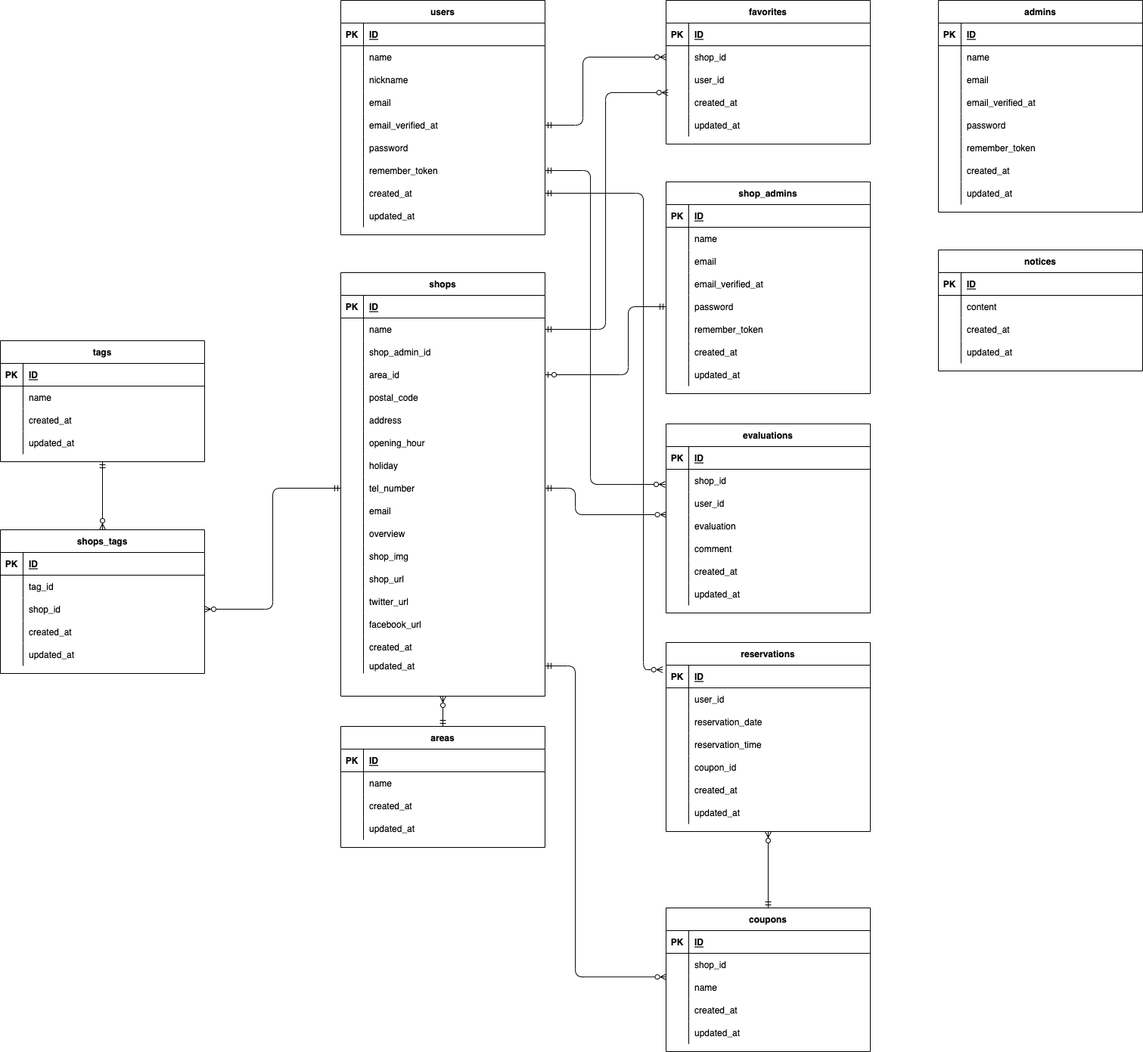
The draw.io diagram kitachoku.drawio.png in jing-bay/kitachoku2, before a commit. Source tidied: cells renumbered, new cells last; positions are measured from the earlier drawing's top-left corner, leaving out a move shared by most shapes.
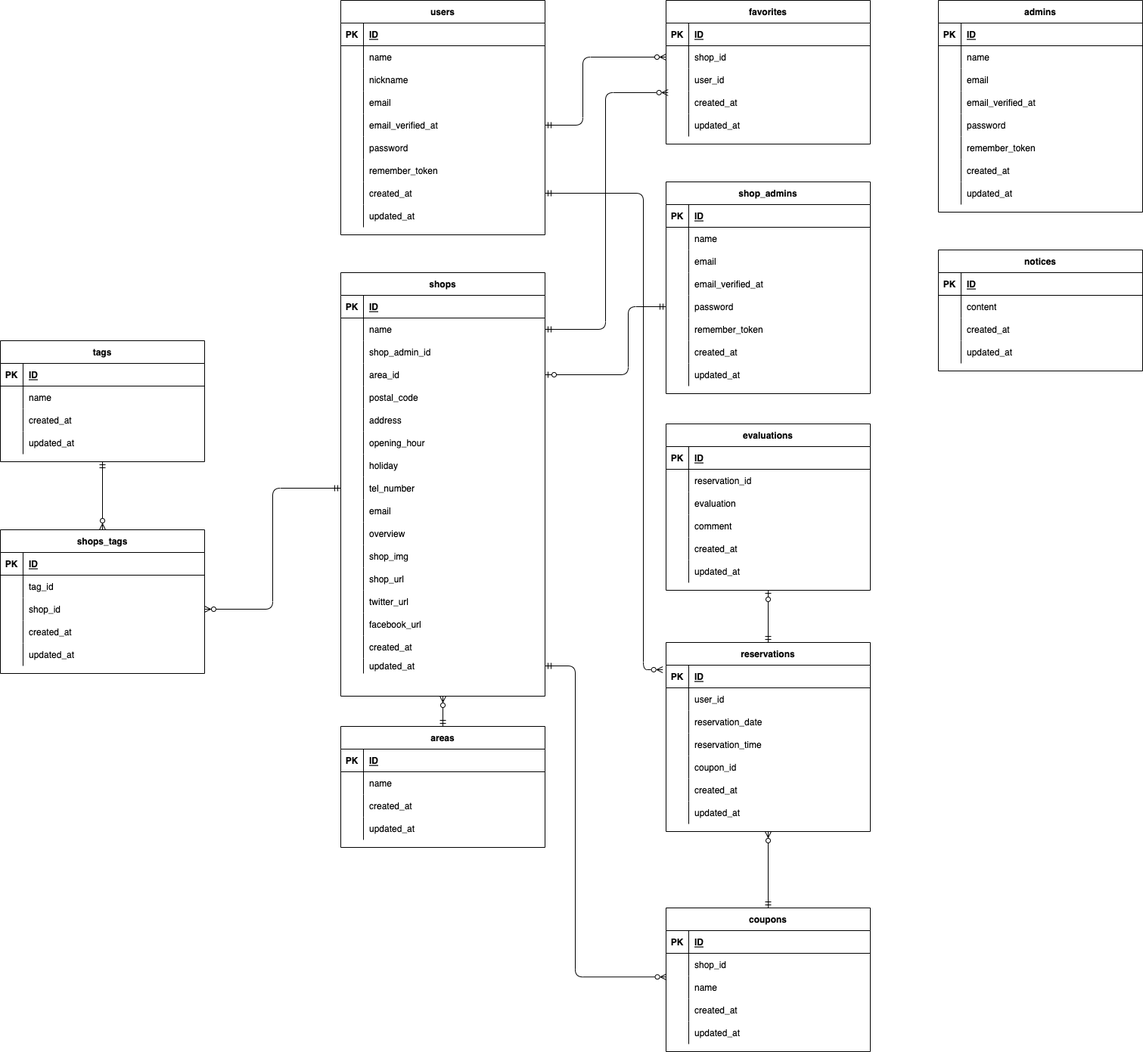
The same file after the commit.

The edit, as a diff of the source:
```diff
@@ -333,7 +333,7 @@
       <mxGeometry x="30" width="240" height="30" as="geometry" />
     </mxCell>
     <mxCell id="112" value="evaluations" style="shape=table;startSize=30;rowLines=0;fontStyle=1;align=center;" parent="1" vertex="1">
-      <mxGeometry x="880" y="560" width="270" height="250" as="geometry" />
+      <mxGeometry x="880" y="560" width="270" height="220" as="geometry" />
     </mxCell>
     <mxCell id="113" style="shape=partialRectangle;fillColor=none;top=0;left=0;bottom=1;right=0;" parent="112" vertex="1">
       <mxGeometry y="30" width="270" height="30" as="geometry" />
@@ -350,20 +350,11 @@
     <mxCell id="117" style="shape=partialRectangle;fillColor=none;top=0;left=0;bottom=0;right=0;overflow=hidden;" parent="116" vertex="1">
       <mxGeometry width="30" height="30" as="geometry" />
     </mxCell>
-    <mxCell id="118" value="shop_id" style="shape=partialRectangle;fillColor=none;top=0;left=0;bottom=0;right=0;align=left;spacingLeft=6;overflow=hidden;" parent="116" vertex="1">
+    <mxCell id="118" value="reservation_id" style="shape=partialRectangle;fillColor=none;top=0;left=0;bottom=0;right=0;align=left;spacingLeft=6;overflow=hidden;fontStyle=0;" parent="116" vertex="1">
       <mxGeometry x="30" width="240" height="30" as="geometry" />
     </mxCell>
-    <mxCell id="119" style="shape=partialRectangle;fillColor=none;top=0;left=0;bottom=0;right=0;" parent="112" vertex="1">
-      <mxGeometry y="90" width="270" height="30" as="geometry" />
-    </mxCell>
-    <mxCell id="120" style="shape=partialRectangle;fillColor=none;top=0;left=0;bottom=0;right=0;overflow=hidden;" parent="119" vertex="1">
-      <mxGeometry width="30" height="30" as="geometry" />
-    </mxCell>
-    <mxCell id="121" value="user_id" style="shape=partialRectangle;fillColor=none;top=0;left=0;bottom=0;right=0;align=left;spacingLeft=6;overflow=hidden;" parent="119" vertex="1">
-      <mxGeometry x="30" width="240" height="30" as="geometry" />
-    </mxCell>
     <mxCell id="122" style="shape=partialRectangle;fillColor=none;top=0;left=0;bottom=0;right=0;points=[[0,0.5],[1,0.5]];portConstraint=eastwest;" parent="112" vertex="1">
-      <mxGeometry y="120" width="270" height="30" as="geometry" />
+      <mxGeometry y="90" width="270" height="30" as="geometry" />
     </mxCell>
     <mxCell id="123" style="shape=partialRectangle;fillColor=none;top=0;left=0;bottom=0;right=0;overflow=hidden;" parent="122" vertex="1">
       <mxGeometry width="30" height="30" as="geometry" />
@@ -372,7 +363,7 @@
       <mxGeometry x="30" width="240" height="30" as="geometry" />
     </mxCell>
     <mxCell id="125" style="shape=partialRectangle;fillColor=none;top=0;left=0;bottom=0;right=0;" parent="112" vertex="1">
-      <mxGeometry y="150" width="270" height="30" as="geometry" />
+      <mxGeometry y="120" width="270" height="30" as="geometry" />
     </mxCell>
     <mxCell id="126" style="shape=partialRectangle;fillColor=none;top=0;left=0;bottom=0;right=0;overflow=hidden;" parent="125" vertex="1">
       <mxGeometry width="30" height="30" as="geometry" />
@@ -381,7 +372,7 @@
       <mxGeometry x="30" width="240" height="30" as="geometry" />
     </mxCell>
     <mxCell id="128" style="shape=partialRectangle;fillColor=none;top=0;left=0;bottom=0;right=0;" parent="112" vertex="1">
-      <mxGeometry y="180" width="270" height="30" as="geometry" />
+      <mxGeometry y="150" width="270" height="30" as="geometry" />
     </mxCell>
     <mxCell id="129" style="shape=partialRectangle;fillColor=none;top=0;left=0;bottom=0;right=0;overflow=hidden;" parent="128" vertex="1">
       <mxGeometry width="30" height="30" as="geometry" />
@@ -390,7 +381,7 @@
       <mxGeometry x="30" width="240" height="30" as="geometry" />
     </mxCell>
     <mxCell id="131" style="shape=partialRectangle;fillColor=none;top=0;left=0;bottom=0;right=0;" parent="112" vertex="1">
-      <mxGeometry y="210" width="270" height="30" as="geometry" />
+      <mxGeometry y="180" width="270" height="30" as="geometry" />
     </mxCell>
     <mxCell id="132" style="shape=partialRectangle;fillColor=none;top=0;left=0;bottom=0;right=0;overflow=hidden;" parent="131" vertex="1">
       <mxGeometry width="30" height="30" as="geometry" />
@@ -559,23 +550,6 @@
     <mxCell id="185" style="edgeStyle=orthogonalEdgeStyle;html=1;exitX=1;exitY=0.5;exitDx=0;exitDy=0;entryX=0.01;entryY=0.065;entryDx=0;entryDy=0;startArrow=ERmandOne;startFill=0;endArrow=ERzeroToMany;endFill=0;entryPerimeter=0;" parent="1" edge="1" source="35" target="106">
       <mxGeometry relative="1" as="geometry" />
     </mxCell>
-    <mxCell id="186" style="edgeStyle=orthogonalEdgeStyle;html=1;exitX=1;exitY=0.5;exitDx=0;exitDy=0;startArrow=ERmandOne;startFill=0;endArrow=ERzeroToMany;endFill=0;" parent="1" edge="1" source="21">
-      <mxGeometry relative="1" as="geometry">
-        <mxPoint x="879" y="640" as="targetPoint" />
-        <Array as="points">
-          <mxPoint x="780" y="225" />
-          <mxPoint x="780" y="640" />
-        </Array>
-      </mxGeometry>
-    </mxCell>
-    <mxCell id="187" style="edgeStyle=orthogonalEdgeStyle;html=1;exitX=1;exitY=0.5;exitDx=0;exitDy=0;startArrow=ERmandOne;startFill=0;endArrow=ERzeroToMany;endFill=0;entryX=0.002;entryY=0;entryDx=0;entryDy=0;entryPerimeter=0;" parent="1" edge="1" source="56" target="122">
-      <mxGeometry relative="1" as="geometry">
-        <Array as="points">
-          <mxPoint x="760" y="645" />
-          <mxPoint x="760" y="680" />
-        </Array>
-      </mxGeometry>
-    </mxCell>
     <mxCell id="188" style="edgeStyle=orthogonalEdgeStyle;html=1;exitX=1;exitY=0.5;exitDx=0;exitDy=0;entryX=0;entryY=0.5;entryDx=0;entryDy=0;startArrow=ERzeroToOne;startFill=0;endArrow=ERmandOne;endFill=0;" parent="1" edge="1" source="41" target="172">
       <mxGeometry relative="1" as="geometry">
         <Array as="points">
@@ -584,6 +558,9 @@
         </Array>
       </mxGeometry>
     </mxCell>
+    <mxCell id="276" style="edgeStyle=none;html=1;exitX=0.5;exitY=0;exitDx=0;exitDy=0;entryX=0.5;entryY=1;entryDx=0;entryDy=0;endArrow=ERzeroToOne;endFill=0;startArrow=ERmandOne;startFill=0;" parent="1" edge="1" source="189" target="112">
+      <mxGeometry relative="1" as="geometry" />
+    </mxCell>
     <mxCell id="189" value="reservations" style="shape=table;startSize=30;rowLines=0;fontStyle=1;align=center;" parent="1" vertex="1">
       <mxGeometry x="880" y="849" width="270" height="250" as="geometry" />
     </mxCell>
```
